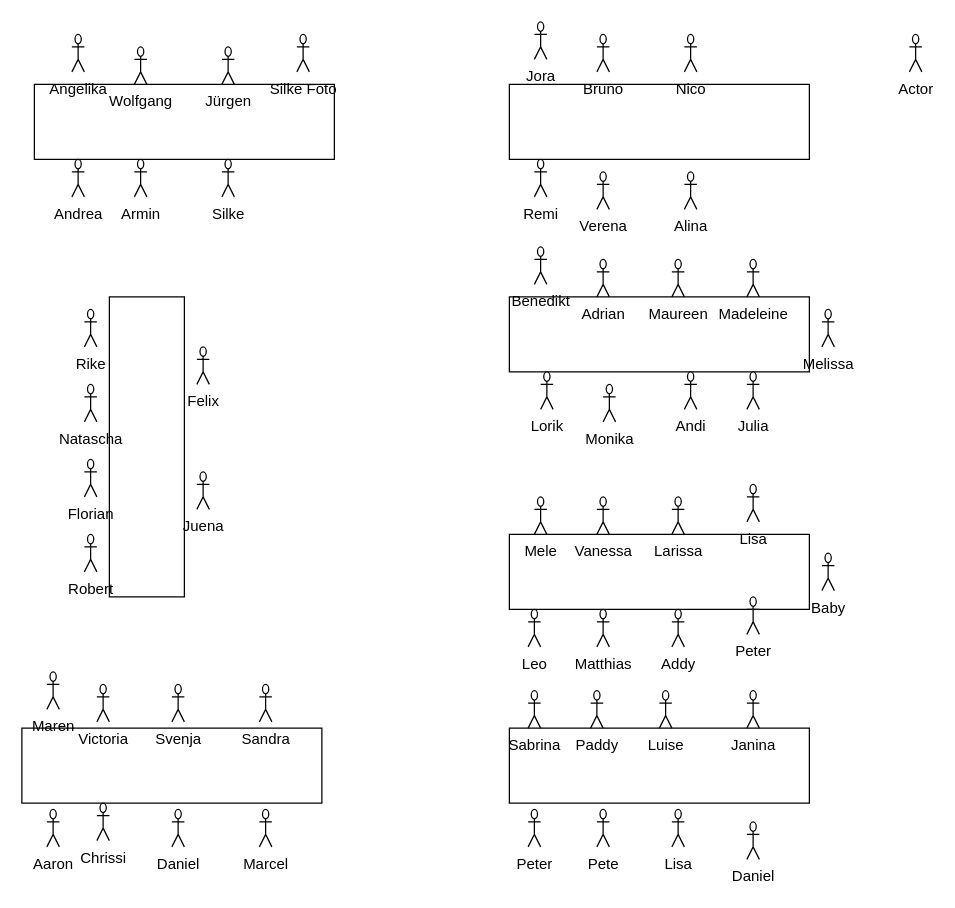
This is Sitzplan Hochzeit.drawio from FlorianKuehn96/hochzeit-natascha-florian-clean, a draw.io file, before an edit. Source tidied: cells renumbered, new cells numbered last; positions are measured from the earlier drawing's top-left corner, leaving out a move shared by most shapes. Both pictures are drawn from the tidied source at 125%, with x=0, y=0 at pixel (-4, 21).
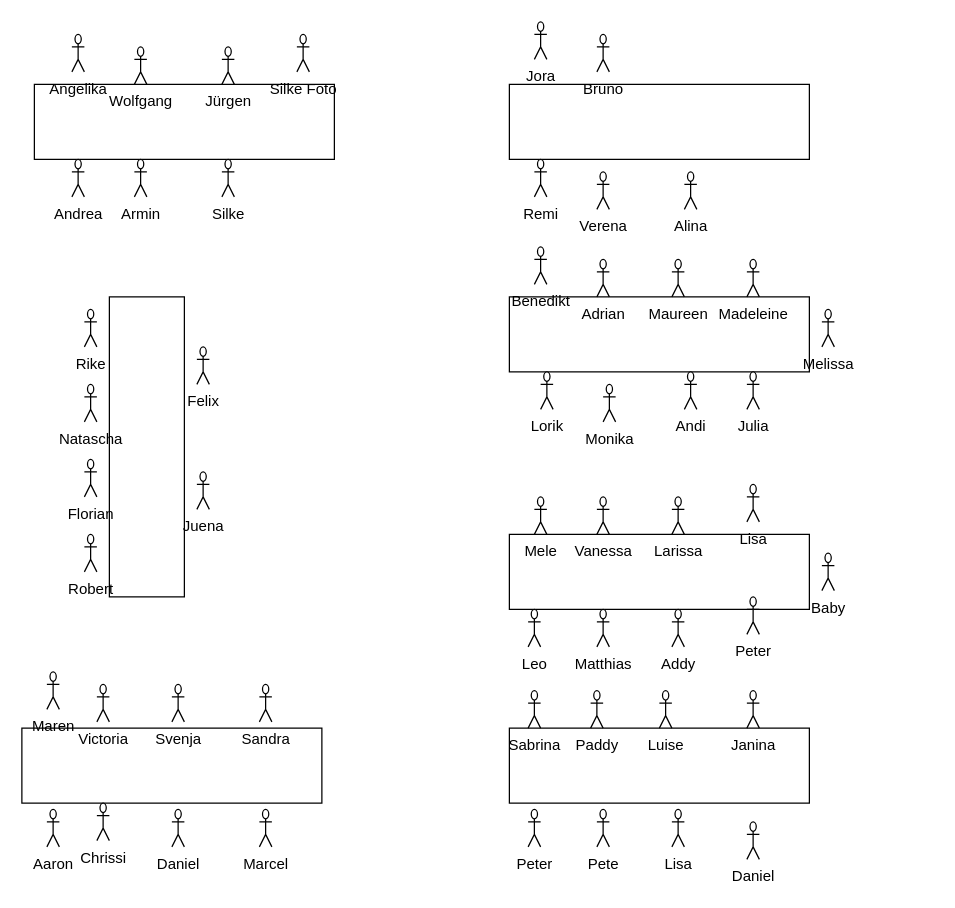
Above is the later version.

What changed in the source:
```diff
@@
-    <mxCell id="18" value="Actor" style="shape=umlActor;verticalLabelPosition=bottom;verticalAlign=top;html=1;" parent="1" vertex="1">
-      <mxGeometry x="730" y="10" width="10" height="30" as="geometry" />
-    </mxCell>
@@
-    <mxCell id="20" value="Nico" style="shape=umlActor;verticalLabelPosition=bottom;verticalAlign=top;html=1;" parent="1" vertex="1">
-      <mxGeometry x="550" y="10" width="10" height="30" as="geometry" />
-    </mxCell>
```
